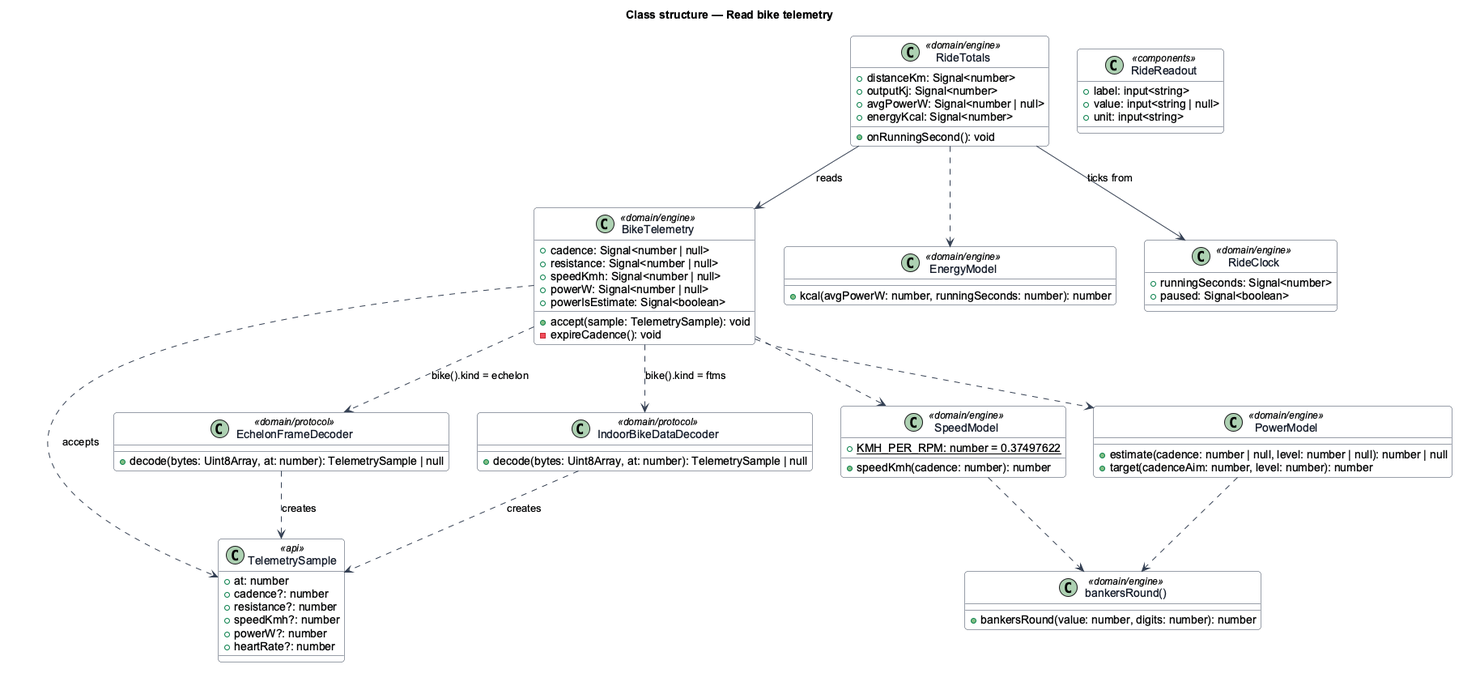
Before: docs/detailed-designs/bike/read-bike-telemetry/diagrams/class-structure.png, a diagram exported from PlantUML (QuinntyneBrown/ride-one).
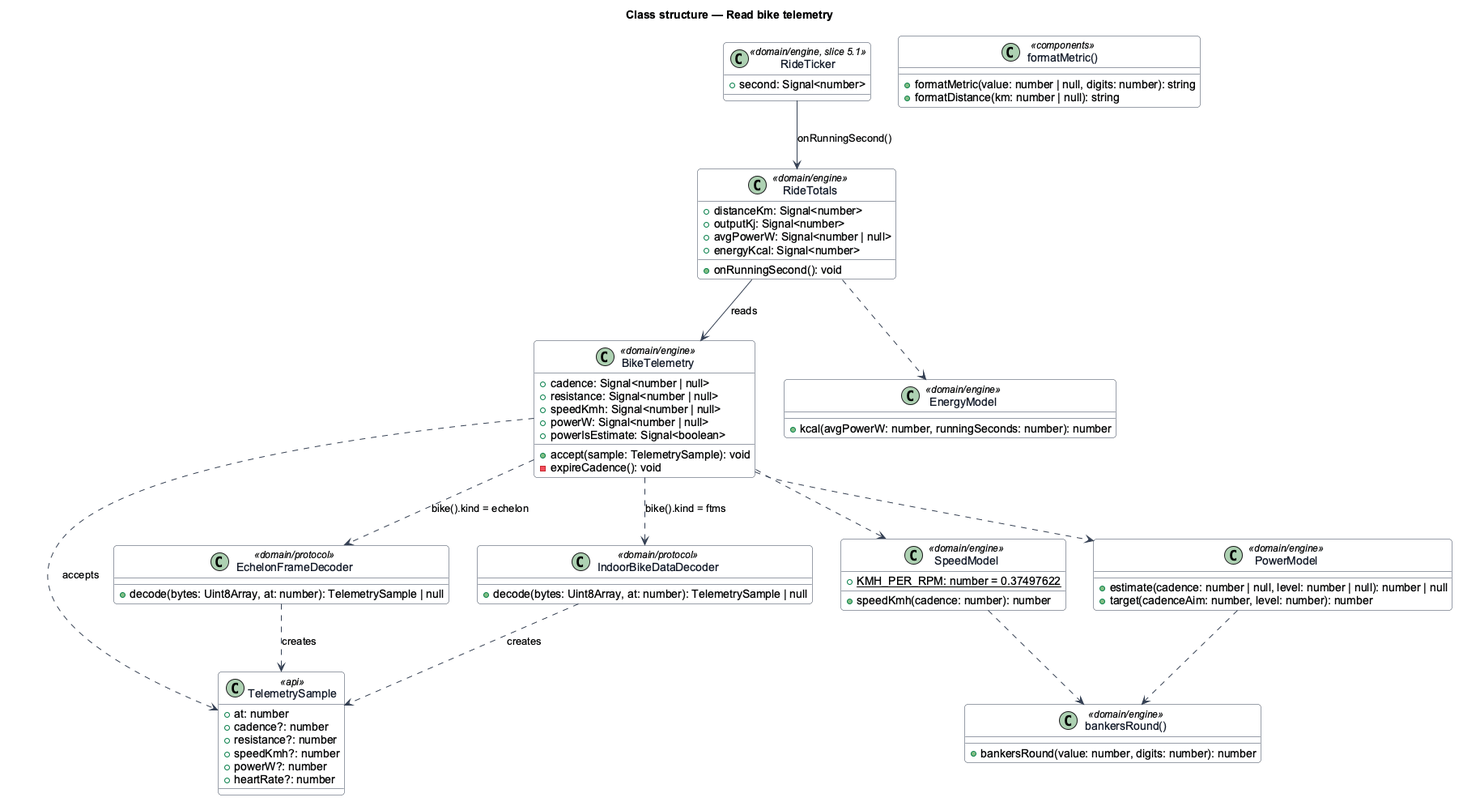
The same file after the commit.

Commit message:
Align the telemetry design with slice 3.2

What changed in the source:
```diff
@@ -54,14 +54,12 @@
   +energyKcal: Signal<number>
   +onRunningSecond(): void
 }
-class RideClock <<domain/engine>> {
-  +runningSeconds: Signal<number>
-  +paused: Signal<boolean>
+class RideTicker <<domain/engine, slice 5.1>> {
+  +second: Signal<number>
 }
-class RideReadout <<components>> {
-  +label: input<string>
-  +value: input<string | null>
-  +unit: input<string>
+class "formatMetric()" as Format <<components>> {
+  +formatMetric(value: number | null, digits: number): string
+  +formatDistance(km: number | null): string
 }
 EchelonFrameDecoder ..> TelemetrySample : creates
 IndoorBikeDataDecoder ..> TelemetrySample : creates
@@ -73,6 +71,6 @@
 SpeedModel ..> Round
 PowerModel ..> Round
 RideTotals --> BikeTelemetry : reads
-RideTotals --> RideClock : ticks from
+RideTicker --> RideTotals : onRunningSecond()
 RideTotals ..> EnergyModel
 @enduml
```
